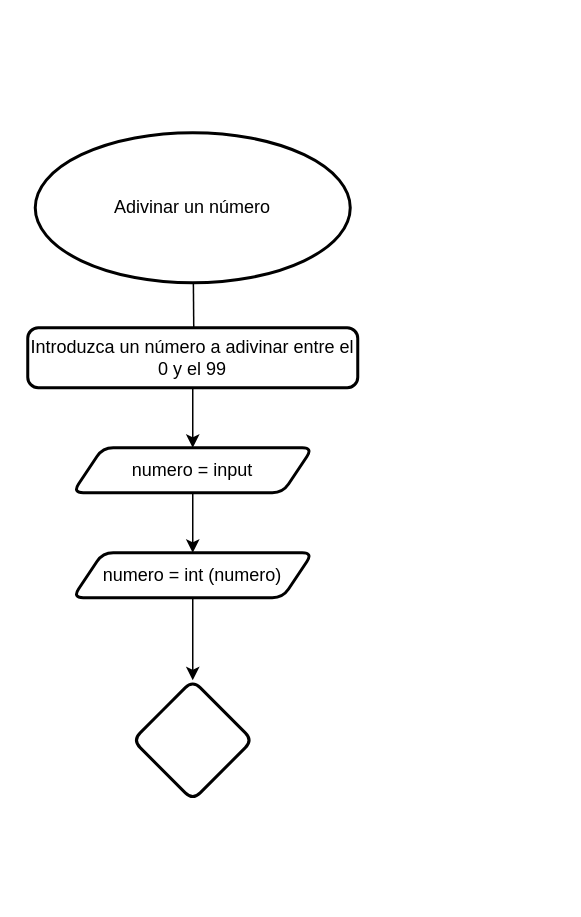
Jacobo24/Adivine-un-n-mero keeps this draw.io diagram as diagrama.drawio. Above is the earlier version. Source tidied: cells renumbered, new cells numbered last; positions are measured from the earlier drawing's top-left corner, leaving out a move shared by most shapes. Both pictures are drawn from the tidied source at 150%, with x=0, y=0 at pixel (27, 132).
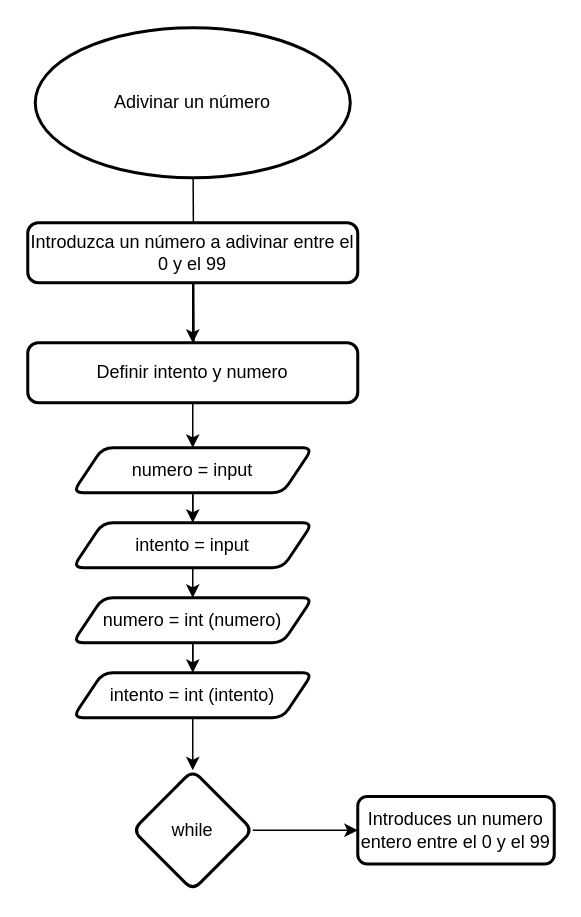
Above is the later version.

Change to the diagram source:
```diff
@@
 <mxGraphModel>
   <root>
     <mxCell id="0" />
     <mxCell id="1" parent="0" />
     <mxCell id="2" style="edgeStyle=none;html=1;" parent="1" edge="1" source="3">
       <mxGeometry relative="1" as="geometry">
         <mxPoint x="111" y="170" as="targetPoint" />
       </mxGeometry>
     </mxCell>
     <mxCell id="3" value="Adivinar un número" style="strokeWidth=2;html=1;shape=mxgraph.flowchart.start_1;whiteSpace=wrap;" parent="1" vertex="1">
-      <mxGeometry x="5" width="210" height="100" as="geometry" />
+      <mxGeometry x="5" y="-70" width="210" height="100" as="geometry" />
     </mxCell>
     <mxCell id="4" style="edgeStyle=none;html=1;" parent="1" edge="1" source="5" target="7">
       <mxGeometry relative="1" as="geometry" />
     </mxCell>
+    <mxCell id="11" style="edgeStyle=none;html=1;" parent="1" edge="1" source="5" target="18">
+      <mxGeometry relative="1" as="geometry" />
+    </mxCell>
     <mxCell id="5" value="Introduzca un número a adivinar entre el 0 y el 99" style="rounded=1;whiteSpace=wrap;html=1;absoluteArcSize=1;arcSize=14;strokeWidth=2;" parent="1" vertex="1">
-      <mxGeometry y="130" width="220" height="40" as="geometry" />
+      <mxGeometry y="60" width="220" height="40" as="geometry" />
     </mxCell>
     <mxCell id="6" style="edgeStyle=none;html=1;" parent="1" edge="1" source="7" target="9">
       <mxGeometry relative="1" as="geometry" />
     </mxCell>
+    <mxCell id="12" style="edgeStyle=none;html=1;" parent="1" edge="1" source="7" target="17">
+      <mxGeometry relative="1" as="geometry" />
+    </mxCell>
     <mxCell id="7" value="numero = input" style="shape=parallelogram;perimeter=parallelogramPerimeter;whiteSpace=wrap;html=1;fixedSize=1;rounded=1;arcSize=14;strokeWidth=2;" parent="1" vertex="1">
       <mxGeometry x="30" y="210" width="160" height="30" as="geometry" />
     </mxCell>
     <mxCell id="8" style="edgeStyle=none;html=1;" parent="1" edge="1" source="9" target="10">
       <mxGeometry relative="1" as="geometry" />
     </mxCell>
+    <mxCell id="13" style="edgeStyle=none;html=1;" parent="1" edge="1" source="9" target="16">
+      <mxGeometry relative="1" as="geometry" />
+    </mxCell>
     <mxCell id="9" value="numero = int (numero)" style="shape=parallelogram;perimeter=parallelogramPerimeter;whiteSpace=wrap;html=1;fixedSize=1;rounded=1;arcSize=14;strokeWidth=2;" parent="1" vertex="1">
-      <mxGeometry x="30" y="280" width="160" height="30" as="geometry" />
+      <mxGeometry x="30" y="310" width="160" height="30" as="geometry" />
     </mxCell>
+    <mxCell id="14" style="edgeStyle=none;html=1;" parent="1" edge="1" source="10" target="15">
+      <mxGeometry relative="1" as="geometry" />
+    </mxCell>
-    <mxCell id="10" style="rhombus;whiteSpace=wrap;html=1;rounded=1;arcSize=14;strokeWidth=2;" parent="1" vertex="1">
-      <mxGeometry x="70" y="365" width="80" height="80" as="geometry" />
+    <mxCell id="10" value="while" style="rhombus;whiteSpace=wrap;html=1;rounded=1;arcSize=14;strokeWidth=2;perimeterSpacing=0;" parent="1" vertex="1">
+      <mxGeometry x="70" y="425" width="80" height="80" as="geometry" />
     </mxCell>
+    <mxCell id="15" value="Introduces un numero entero entre el 0 y el 99" style="whiteSpace=wrap;html=1;rounded=1;arcSize=14;strokeWidth=2;" parent="1" vertex="1">
+      <mxGeometry x="220" y="442.5" width="131" height="45" as="geometry" />
+    </mxCell>
+    <mxCell id="16" value="intento = int (intento)" style="shape=parallelogram;perimeter=parallelogramPerimeter;whiteSpace=wrap;html=1;fixedSize=1;rounded=1;arcSize=14;strokeWidth=2;" parent="1" vertex="1">
+      <mxGeometry x="30" y="360" width="160" height="30" as="geometry" />
+    </mxCell>
+    <mxCell id="17" value="intento = input" style="shape=parallelogram;perimeter=parallelogramPerimeter;whiteSpace=wrap;html=1;fixedSize=1;rounded=1;arcSize=14;strokeWidth=2;" parent="1" vertex="1">
+      <mxGeometry x="30" y="260" width="160" height="30" as="geometry" />
+    </mxCell>
+    <mxCell id="18" value="Definir intento y numero" style="rounded=1;whiteSpace=wrap;html=1;absoluteArcSize=1;arcSize=14;strokeWidth=2;" parent="1" vertex="1">
+      <mxGeometry y="140" width="220" height="40" as="geometry" />
+    </mxCell>
   </root>
 </mxGraphModel>
```
